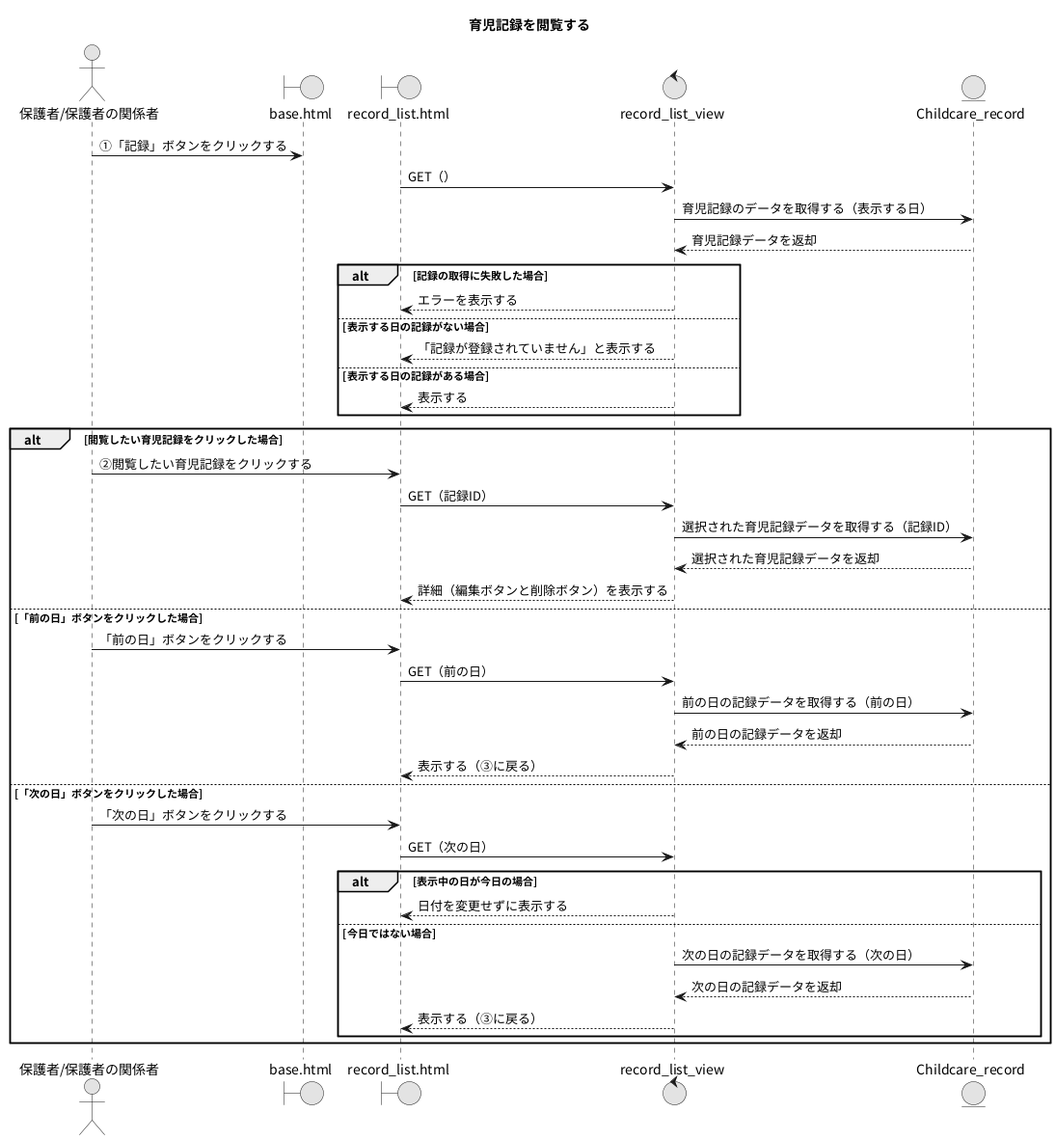
The PlantUML diagram PNG/14_育児記録を閲覧する.png in Ma2naga190330/26_sotugyou_puml, before a commit.
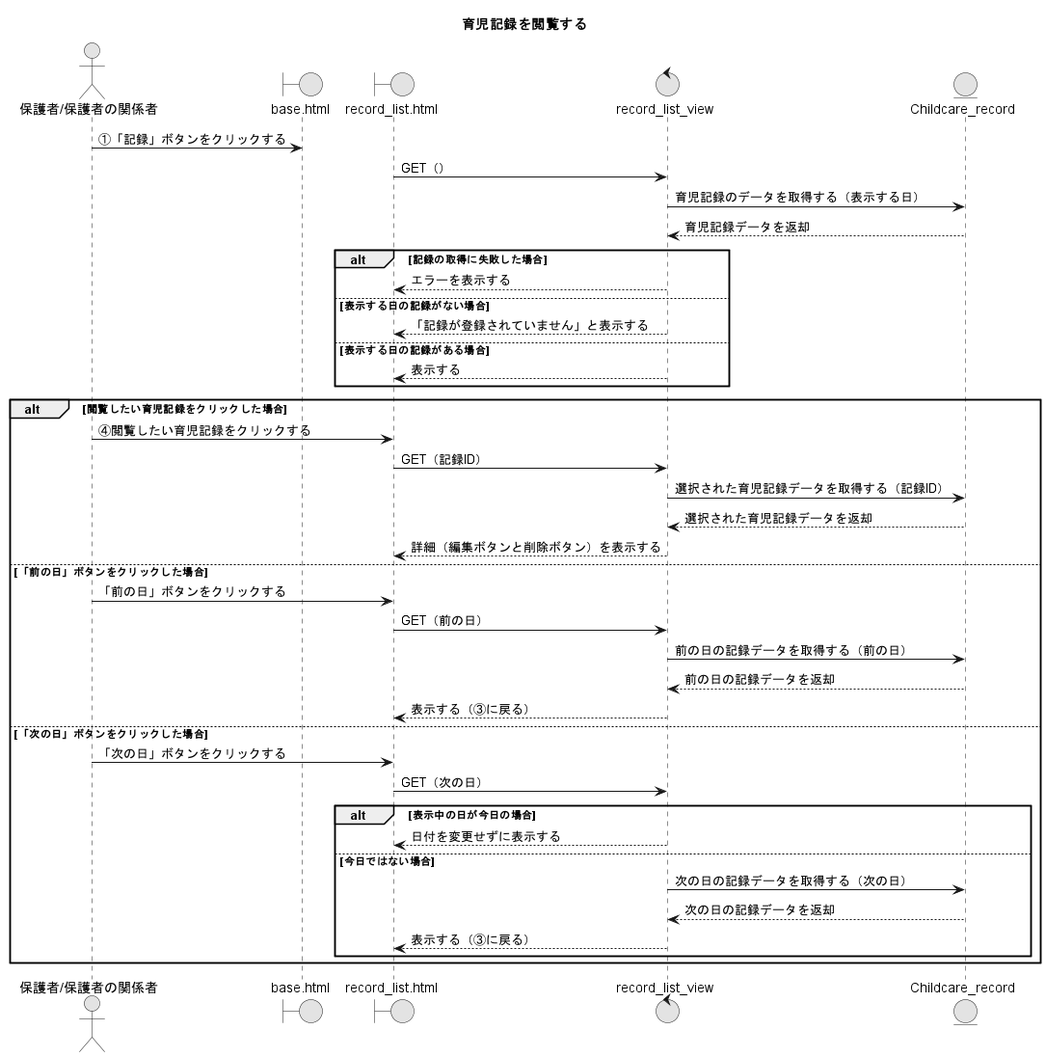
After the change.

The edit, as a diff of the source:
```diff
@@ -22,7 +22,7 @@
 end
 
 alt 閲覧したい育児記録をクリックした場合
-  A -> RLP : ②閲覧したい育児記録をクリックする
+  A -> RLP : ④閲覧したい育児記録をクリックする
   RLP -> RLV : GET（記録ID）
   RLV -> CRM : 選択された育児記録データを取得する（記録ID）
   RLV <-- CRM : 選択された育児記録データを返却
```
